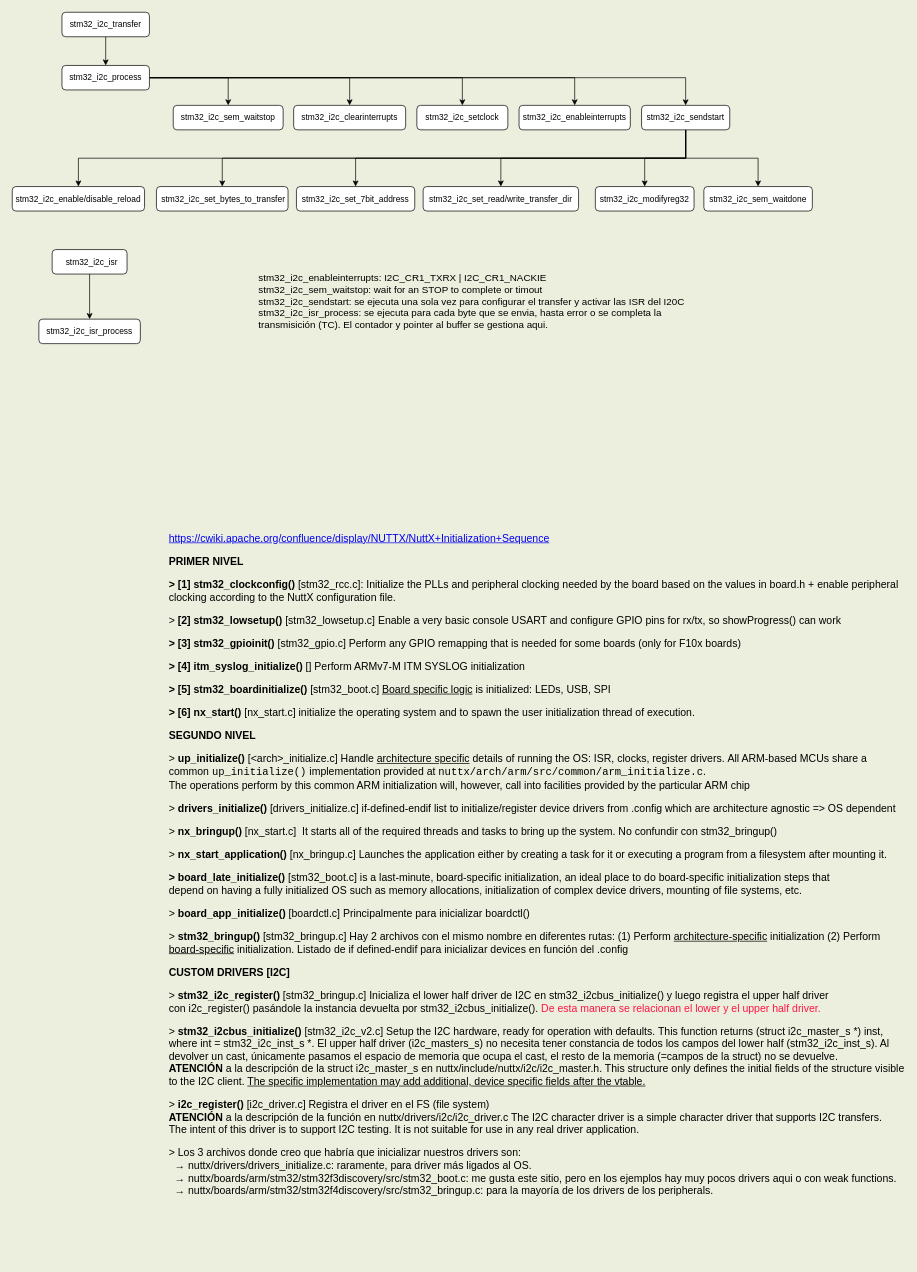
This is page "I2C_Protocol" (7 of 7) of NuttxDriversSchema.drawio from rentzboy/nuttx, a draw.io file, before an edit. Source tidied: cells renumbered, new cells numbered last; positions are measured from the earlier drawing's top-left corner, leaving out a move shared by most shapes. Both pictures are drawn from the tidied source at 70%, with x=0, y=0 at pixel (12, 12).
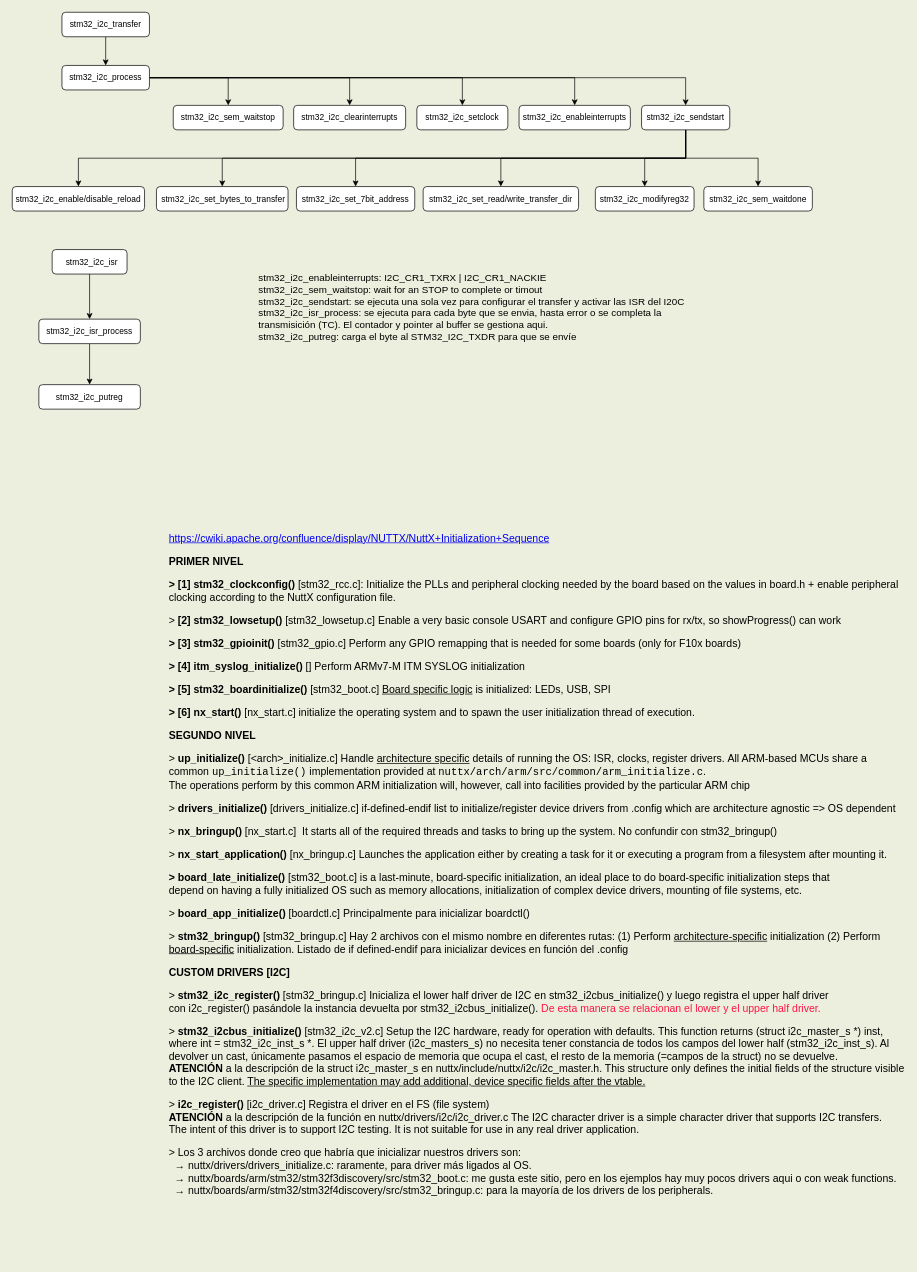
Above is the later version.

Unchanged cells that the change refers to:
```xml
<mxCell id="15" value="stm32_i2c_isr_process" style="whiteSpace=wrap;html=1;rounded=1;" parent="1" vertex="1">
  <mxGeometry x="38" y="438.4" width="145" height="35" as="geometry" />
</mxCell>
```

Diff of the diagram source:
```diff
@@
+    <mxCell id="32" style="edgeStyle=orthogonalEdgeStyle;rounded=0;jettySize=auto;html=1;exitX=0.5;exitY=1;exitDx=0;exitDy=0;entryX=0.5;entryY=0;entryDx=0;entryDy=0;" parent="1" edge="1" source="15" target="33">
+      <mxGeometry relative="1" as="geometry" />
+    </mxCell>
@@
-    <mxCell id="31" value="stm32_i2c_enableinterrupts: I2C_CR1_TXRX | I2C_CR1_NACKIE&#10;stm32_i2c_sem_waitstop: wait for an STOP to complete or timout&#10;stm32_i2c_sendstart: se ejecuta una sola vez para configurar el transfer y activar las ISR del I20C&#10;stm32_i2c_isr_process: se ejecuta para cada byte que se envia, hasta error o se completa la transmisición (TC). El contador y pointer al buffer se gestiona aqui.&#10;&#10;" style="text;whiteSpace=wrap;fontSize=14;fontStyle=0;" parent="1" vertex="1">
+    <mxCell id="31" value="stm32_i2c_enableinterrupts: I2C_CR1_TXRX | I2C_CR1_NACKIE&#10;stm32_i2c_sem_waitstop: wait for an STOP to complete or timout&#10;stm32_i2c_sendstart: se ejecuta una sola vez para configurar el transfer y activar las ISR del I20C&#10;stm32_i2c_isr_process: se ejecuta para cada byte que se envia, hasta error o se completa la transmisición (TC). El contador y pointer al buffer se gestiona aqui. &#10;stm32_i2c_putreg: carga el byte al STM32_I2C_TXDR para que se envíe&#10;&#10;" style="text;whiteSpace=wrap;fontSize=14;fontStyle=0;" parent="1" vertex="1">
       <mxGeometry x="350" y="365" width="626" height="221" as="geometry" />
     </mxCell>
+    <mxCell id="33" value="stm32_i2c_putreg" style="whiteSpace=wrap;html=1;rounded=1;" parent="1" vertex="1">
+      <mxGeometry x="38" y="532" width="145" height="35" as="geometry" />
+    </mxCell>
```
